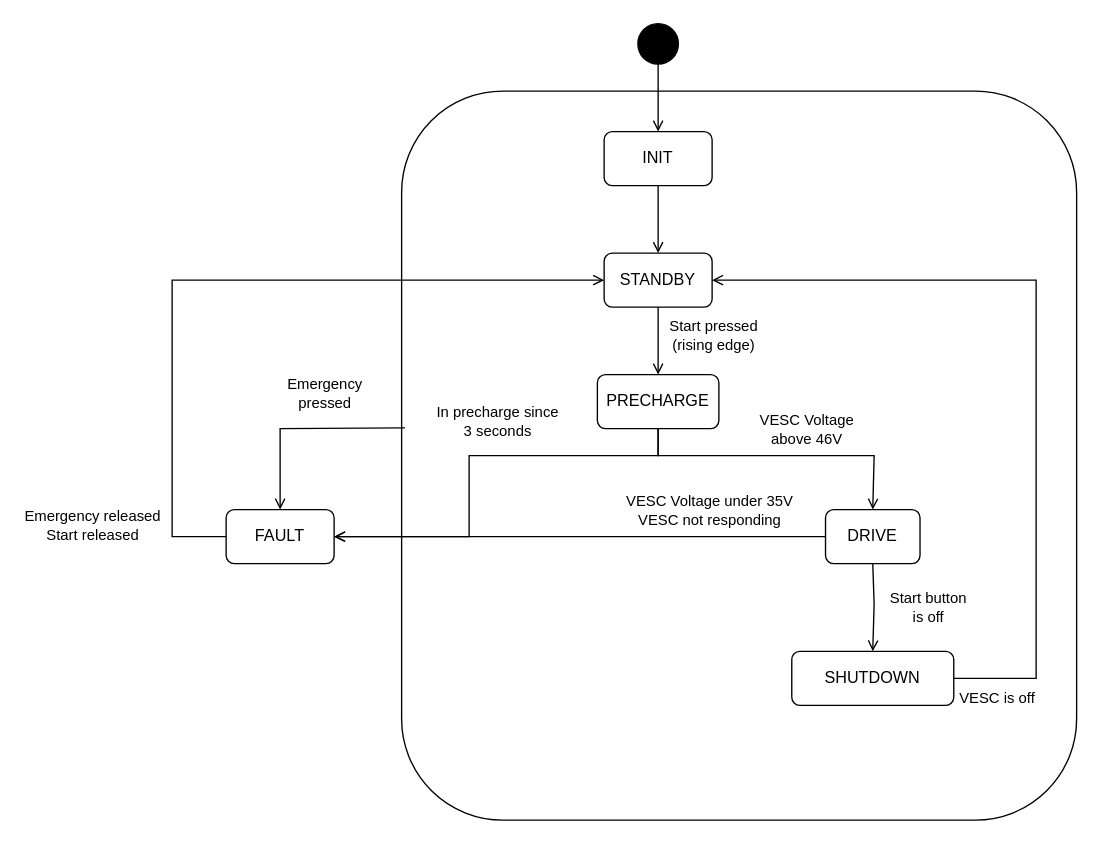
Will-Dub/2V4U keeps this draw.io diagram as Docs/StateDiagram.drawio. Above is the earlier version. Source tidied: cells renumbered, new cells numbered last; positions are measured from the earlier drawing's top-left corner, leaving out a move shared by most shapes. Both pictures are drawn from the tidied source at 135%, with x=0, y=0 at pixel (171, 23).
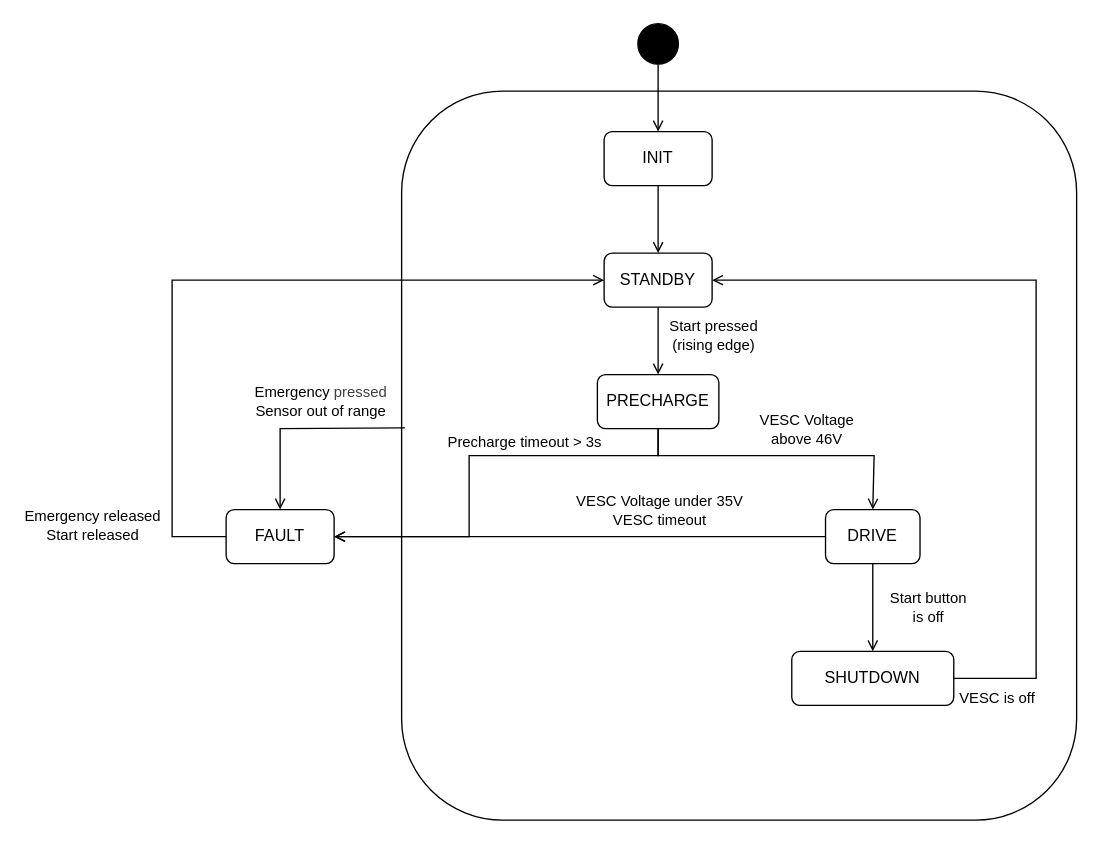
The same page after the edit.

Commit message:
State diagram small fix

Unchanged cells that the change refers to:
```xml
<mxCell id="11" value="DRIVE" style="rounded=1;whiteSpace=wrap;html=1;fontSize=12;glass=0;strokeWidth=1;shadow=0;" parent="1" vertex="1">
  <mxGeometry x="484" y="360" width="70" height="40" as="geometry" />
</mxCell>
<mxCell id="13" style="endArrow=open;html=1;rounded=0;entryX=1;entryY=0.5;entryDx=0;entryDy=0;exitX=0.5;exitY=1;exitDx=0;exitDy=0;endFill=0;" parent="1" edge="1" source="8" target="12">
  <mxGeometry relative="1" as="geometry">
    <Array as="points">
      <mxPoint x="360" y="320" />
      <mxPoint x="220" y="320" />
      <mxPoint x="220" y="380" />
    </Array>
  </mxGeometry>
</mxCell>
<mxCell id="17" style="endArrow=open;html=1;rounded=0;entryX=1;entryY=0.5;entryDx=0;entryDy=0;exitX=0;exitY=0.5;exitDx=0;exitDy=0;endFill=0;" parent="1" edge="1" source="11" target="12">
  <mxGeometry relative="1" as="geometry" />
</mxCell>
<mxCell id="19" value="SHUTDOWN" style="rounded=1;whiteSpace=wrap;html=1;fontSize=12;glass=0;strokeWidth=1;shadow=0;" parent="1" vertex="1">
  <mxGeometry x="459" y="465" width="120" height="40" as="geometry" />
</mxCell>
<mxCell id="24" style="endArrow=open;html=1;rounded=0;entryX=0.5;entryY=0;entryDx=0;entryDy=0;endFill=0;exitX=0.005;exitY=0.462;exitDx=0;exitDy=0;exitPerimeter=0;" parent="1" edge="1" source="2" target="12">
  <mxGeometry relative="1" as="geometry">
    <Array as="points">
      <mxPoint x="80" y="300" />
    </Array>
  </mxGeometry>
</mxCell>
```

Diff of the diagram source:
```diff
@@
-    <mxCell id="14" value="In precharge since&lt;div&gt;3 seconds&lt;/div&gt;" style="edgeLabel;html=1;align=center;verticalAlign=middle;" parent="13" vertex="1">
+    <mxCell id="14" value="Precharge timeout &amp;gt; 3s" style="edgeLabel;html=1;align=center;verticalAlign=middle;" parent="13" vertex="1">
       <mxGeometry x="0.02" y="1" relative="1" as="geometry">
-        <mxPoint x="19" y="-29" as="offset" />
+        <mxPoint x="39" y="-14" as="offset" />
       </mxGeometry>
     </mxCell>
@@
-    <mxCell id="18" value="VESC Voltage under 35V&lt;div&gt;VESC not responding&lt;/div&gt;" style="edgeLabel;html=1;align=center;verticalAlign=middle;" parent="17" vertex="1">
+    <mxCell id="18" value="VESC Voltage under 35V&lt;div&gt;VESC timeout&lt;/div&gt;" style="edgeLabel;html=1;align=center;verticalAlign=middle;" parent="17" vertex="1">
       <mxGeometry x="0.02" y="1" relative="1" as="geometry">
-        <mxPoint x="99" y="-21" as="offset" />
+        <mxPoint x="62" y="-21" as="offset" />
       </mxGeometry>
     </mxCell>
@@
     <mxCell id="20" style="endArrow=open;html=1;rounded=0;entryX=0.5;entryY=0;entryDx=0;entryDy=0;exitX=0.5;exitY=1;exitDx=0;exitDy=0;endFill=0;" parent="1" edge="1" source="11" target="19">
-      <mxGeometry relative="1" as="geometry">
-        <Array as="points">
-          <mxPoint x="520" y="430" />
-        </Array>
-      </mxGeometry>
+      <mxGeometry x="0.02" relative="1" as="geometry" />
     </mxCell>
     <mxCell id="21" value="Start button&lt;div&gt;is off&lt;/div&gt;" style="edgeLabel;html=1;align=center;verticalAlign=middle;" parent="20" vertex="1">
-      <mxGeometry x="0.02" y="1" relative="1" as="geometry">
+      <mxGeometry x="0.01" y="1" relative="1" as="geometry">
         <mxPoint x="39" y="-1" as="offset" />
       </mxGeometry>
     </mxCell>
@@
-    <mxCell id="25" value="Emergency&lt;div&gt;pressed&lt;/div&gt;" style="edgeLabel;html=1;align=center;verticalAlign=middle;" parent="24" vertex="1">
+    <mxCell id="25" value="Emergency&amp;nbsp;&lt;span style=&quot;color: rgb(63, 63, 63); background-color: light-dark(#ffffff, var(--ge-dark-color, #121212));&quot;&gt;pressed&lt;/span&gt;&lt;div&gt;Sensor out of range&lt;/div&gt;" style="edgeLabel;html=1;align=center;verticalAlign=middle;" parent="24" vertex="1">
       <mxGeometry x="0.02" y="1" relative="1" as="geometry">
-        <mxPoint x="18" y="-27" as="offset" />
+        <mxPoint x="15" y="-21" as="offset" />
       </mxGeometry>
     </mxCell>
```
